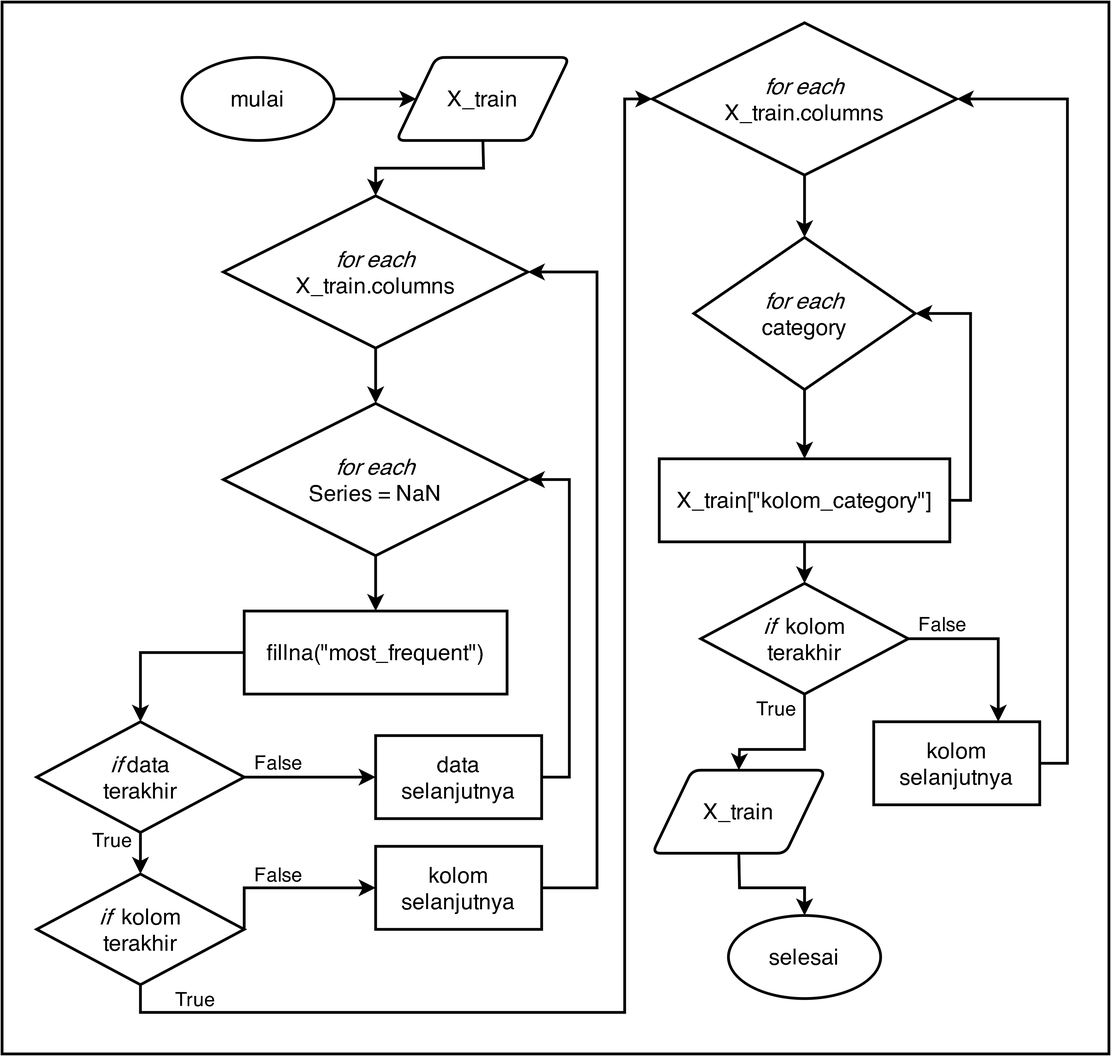
rshby/skripsi keeps this draw.io diagram as Images/flowchart_prep_categoric.png. Above is the earlier version. Source tidied: cells renumbered, new cells last; positions are measured from the earlier drawing's top-left corner, leaving out a move shared by most shapes.
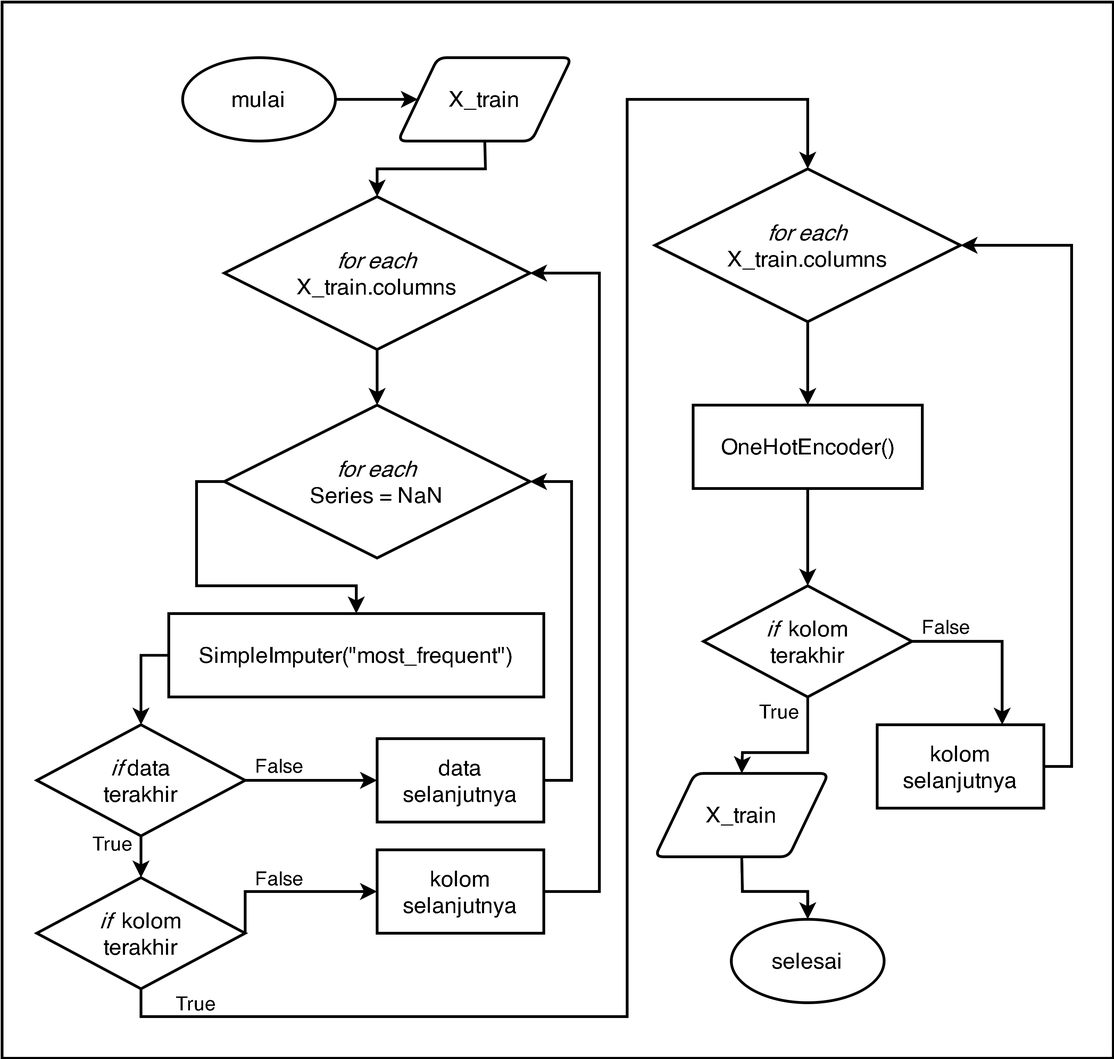
After the change.

Commit message:
Update Gambar FLowchart

The edit, as a diff of the source:
```diff
@@ -4,24 +4,24 @@
     <mxCell id="1" parent="0" />
-    <mxCell id="2" style="group;" parent="1" vertex="1">
-      <mxGeometry width="800" height="760" as="geometry" />
-    </mxCell>
+    <mxCell id="45" style="group;" parent="1" vertex="1">
+      <mxGeometry x="-30" width="800" height="760" as="geometry" />
+    </mxCell>
-    <mxCell id="3" style="rounded=0;whiteSpace=wrap;html=1;strokeWidth=2;" parent="2" vertex="1">
+    <mxCell id="3" style="rounded=0;whiteSpace=wrap;html=1;strokeWidth=2;" parent="45" vertex="1">
       <mxGeometry width="800" height="760" as="geometry" />
     </mxCell>
-    <mxCell id="4" value="&lt;font style=&quot;font-size: 16px&quot;&gt;mulai&lt;/font&gt;" style="ellipse;whiteSpace=wrap;html=1;strokeWidth=2;" parent="2" vertex="1">
+    <mxCell id="4" value="&lt;font style=&quot;font-size: 16px&quot;&gt;mulai&lt;/font&gt;" style="ellipse;whiteSpace=wrap;html=1;strokeWidth=2;" parent="45" vertex="1">
       <mxGeometry x="130" y="40" width="110" height="60" as="geometry" />
     </mxCell>
-    <mxCell id="5" value="&lt;font style=&quot;font-size: 16px&quot;&gt;selesai&lt;/font&gt;" style="ellipse;whiteSpace=wrap;html=1;strokeWidth=2;" parent="2" vertex="1">
+    <mxCell id="5" value="&lt;font style=&quot;font-size: 16px&quot;&gt;selesai&lt;/font&gt;" style="ellipse;whiteSpace=wrap;html=1;strokeWidth=2;" parent="45" vertex="1">
       <mxGeometry x="525" y="660" width="110" height="60" as="geometry" />
     </mxCell>
-    <mxCell id="6" value="&lt;font style=&quot;font-size: 16px&quot;&gt;X_train&lt;/font&gt;" style="shape=parallelogram;html=1;strokeWidth=2;perimeter=parallelogramPerimeter;whiteSpace=wrap;rounded=1;arcSize=12;size=0.23;" parent="2" vertex="1">
+    <mxCell id="6" value="&lt;font style=&quot;font-size: 16px&quot;&gt;X_train&lt;/font&gt;" style="shape=parallelogram;html=1;strokeWidth=2;perimeter=parallelogramPerimeter;whiteSpace=wrap;rounded=1;arcSize=12;size=0.23;" parent="45" vertex="1">
       <mxGeometry x="285" y="40" width="125" height="60" as="geometry" />
     </mxCell>
-    <mxCell id="7" value="&lt;font style=&quot;font-size: 16px&quot;&gt;&lt;i&gt;for each&lt;/i&gt;&lt;br&gt;X_train.columns&lt;/font&gt;" style="rhombus;whiteSpace=wrap;html=1;strokeWidth=2;" parent="2" vertex="1">
+    <mxCell id="7" value="&lt;font style=&quot;font-size: 16px&quot;&gt;&lt;i&gt;for each&lt;/i&gt;&lt;br&gt;X_train.columns&lt;/font&gt;" style="rhombus;whiteSpace=wrap;html=1;strokeWidth=2;" parent="45" vertex="1">
       <mxGeometry x="160" y="140" width="220" height="110" as="geometry" />
     </mxCell>
-    <mxCell id="8" style="endArrow=classic;html=1;exitX=1;exitY=0.5;exitDx=0;exitDy=0;strokeWidth=2;entryX=0;entryY=0.5;entryDx=0;entryDy=0;" parent="2" edge="1" source="4" target="6">
+    <mxCell id="8" style="endArrow=classic;html=1;exitX=1;exitY=0.5;exitDx=0;exitDy=0;strokeWidth=2;entryX=0;entryY=0.5;entryDx=0;entryDy=0;" parent="45" edge="1" source="4" target="6">
       <mxGeometry as="geometry" />
     </mxCell>
-    <mxCell id="9" style="endArrow=classic;html=1;strokeWidth=2;exitX=0.5;exitY=1;exitDx=0;exitDy=0;entryX=0.5;entryY=0;entryDx=0;entryDy=0;rounded=0;" parent="2" edge="1" source="6" target="7">
+    <mxCell id="9" style="endArrow=classic;html=1;strokeWidth=2;exitX=0.5;exitY=1;exitDx=0;exitDy=0;entryX=0.5;entryY=0;entryDx=0;entryDy=0;rounded=0;" parent="45" edge="1" source="6" target="7">
       <mxGeometry as="geometry">
@@ -33,27 +33,33 @@
     </mxCell>
-    <mxCell id="10" value="&lt;font style=&quot;font-size: 16px&quot;&gt;&lt;i&gt;for each&lt;/i&gt;&lt;br&gt;Series = NaN&lt;/font&gt;" style="rhombus;whiteSpace=wrap;html=1;strokeWidth=2;" parent="2" vertex="1">
+    <mxCell id="10" value="&lt;font style=&quot;font-size: 16px&quot;&gt;&lt;i&gt;for each&lt;/i&gt;&lt;br&gt;Series = NaN&lt;/font&gt;" style="rhombus;whiteSpace=wrap;html=1;strokeWidth=2;" parent="45" vertex="1">
       <mxGeometry x="160" y="290" width="220" height="110" as="geometry" />
     </mxCell>
-    <mxCell id="11" style="endArrow=classic;html=1;strokeWidth=2;exitX=0.5;exitY=1;exitDx=0;exitDy=0;entryX=0.5;entryY=0;entryDx=0;entryDy=0;" parent="2" edge="1" source="7" target="10">
+    <mxCell id="11" style="endArrow=classic;html=1;strokeWidth=2;exitX=0.5;exitY=1;exitDx=0;exitDy=0;entryX=0.5;entryY=0;entryDx=0;entryDy=0;" parent="45" edge="1" source="7" target="10">
       <mxGeometry as="geometry" />
     </mxCell>
-    <mxCell id="12" value="&lt;font style=&quot;font-size: 16px&quot;&gt;fillna(&quot;most_frequent&quot;)&lt;/font&gt;" style="rounded=0;whiteSpace=wrap;html=1;strokeWidth=2;" parent="2" vertex="1">
-      <mxGeometry x="175" y="440" width="190" height="60" as="geometry" />
+    <mxCell id="12" value="&lt;font style=&quot;font-size: 16px&quot;&gt;SimpleImputer(&quot;most_frequent&quot;)&lt;/font&gt;" style="rounded=0;whiteSpace=wrap;html=1;strokeWidth=2;" parent="45" vertex="1">
+      <mxGeometry x="120" y="440" width="270" height="60" as="geometry" />
     </mxCell>
-    <mxCell id="13" style="endArrow=classic;html=1;strokeWidth=2;exitX=0.5;exitY=1;exitDx=0;exitDy=0;entryX=0.5;entryY=0;entryDx=0;entryDy=0;" parent="2" edge="1" source="10" target="12">
-      <mxGeometry as="geometry" />
+    <mxCell id="13" style="endArrow=classic;html=1;strokeWidth=2;exitX=0;exitY=0.5;exitDx=0;exitDy=0;entryX=0.5;entryY=0;entryDx=0;entryDy=0;rounded=0;" parent="45" edge="1" source="10" target="12">
+      <mxGeometry as="geometry">
+        <Array as="points">
+          <mxPoint x="140" y="345" />
+          <mxPoint x="140" y="420" />
+          <mxPoint x="255" y="420" />
+        </Array>
+      </mxGeometry>
     </mxCell>
-    <mxCell id="14" value="&lt;font style=&quot;font-size: 16px&quot;&gt;&lt;i&gt;if&lt;/i&gt;&amp;nbsp;data&lt;br&gt;terakhir&lt;/font&gt;" style="rhombus;whiteSpace=wrap;html=1;strokeWidth=2;" parent="2" vertex="1">
+    <mxCell id="14" value="&lt;font style=&quot;font-size: 16px&quot;&gt;&lt;i&gt;if&lt;/i&gt;&amp;nbsp;data&lt;br&gt;terakhir&lt;/font&gt;" style="rhombus;whiteSpace=wrap;html=1;strokeWidth=2;" parent="45" vertex="1">
       <mxGeometry x="25" y="520" width="150" height="80" as="geometry" />
     </mxCell>
-    <mxCell id="15" value="&lt;font style=&quot;font-size: 16px&quot;&gt;data&lt;br&gt;selanjutnya&lt;/font&gt;" style="rounded=0;whiteSpace=wrap;html=1;strokeWidth=2;" parent="2" vertex="1">
+    <mxCell id="15" value="&lt;font style=&quot;font-size: 16px&quot;&gt;data&lt;br&gt;selanjutnya&lt;/font&gt;" style="rounded=0;whiteSpace=wrap;html=1;strokeWidth=2;" parent="45" vertex="1">
       <mxGeometry x="270" y="530" width="120" height="60" as="geometry" />
     </mxCell>
-    <mxCell id="16" value="&lt;font style=&quot;font-size: 16px&quot;&gt;&lt;i&gt;if&lt;/i&gt;&amp;nbsp; kolom&lt;br&gt;terakhir&lt;/font&gt;" style="rhombus;whiteSpace=wrap;html=1;strokeWidth=2;" parent="2" vertex="1">
+    <mxCell id="16" value="&lt;font style=&quot;font-size: 16px&quot;&gt;&lt;i&gt;if&lt;/i&gt;&amp;nbsp; kolom&lt;br&gt;terakhir&lt;/font&gt;" style="rhombus;whiteSpace=wrap;html=1;strokeWidth=2;" parent="45" vertex="1">
       <mxGeometry x="25" y="630" width="150" height="80" as="geometry" />
     </mxCell>
-    <mxCell id="17" value="&lt;font style=&quot;font-size: 16px&quot;&gt;kolom&lt;br&gt;selanjutnya&lt;/font&gt;" style="rounded=0;whiteSpace=wrap;html=1;strokeWidth=2;" parent="2" vertex="1">
+    <mxCell id="17" value="&lt;font style=&quot;font-size: 16px&quot;&gt;kolom&lt;br&gt;selanjutnya&lt;/font&gt;" style="rounded=0;whiteSpace=wrap;html=1;strokeWidth=2;" parent="45" vertex="1">
       <mxGeometry x="270" y="610" width="120" height="60" as="geometry" />
     </mxCell>
-    <mxCell id="18" style="endArrow=classic;html=1;strokeWidth=2;exitX=0;exitY=0.5;exitDx=0;exitDy=0;entryX=0.5;entryY=0;entryDx=0;entryDy=0;rounded=0;" parent="2" edge="1" source="12" target="14">
+    <mxCell id="18" style="endArrow=classic;html=1;strokeWidth=2;exitX=0;exitY=0.5;exitDx=0;exitDy=0;entryX=0.5;entryY=0;entryDx=0;entryDy=0;rounded=0;" parent="45" edge="1" source="12" target="14">
       <mxGeometry as="geometry">
@@ -64,3 +70,3 @@
     </mxCell>
-    <mxCell id="19" style="endArrow=classic;html=1;strokeWidth=2;exitX=1;exitY=0.5;exitDx=0;exitDy=0;entryX=1;entryY=0.5;entryDx=0;entryDy=0;rounded=0;" parent="2" edge="1" source="15" target="10">
+    <mxCell id="19" style="endArrow=classic;html=1;strokeWidth=2;exitX=1;exitY=0.5;exitDx=0;exitDy=0;entryX=1;entryY=0.5;entryDx=0;entryDy=0;rounded=0;" parent="45" edge="1" source="15" target="10">
       <mxGeometry as="geometry">
@@ -72,3 +78,3 @@
     </mxCell>
-    <mxCell id="20" style="endArrow=classic;html=1;strokeWidth=2;exitX=1;exitY=0.5;exitDx=0;exitDy=0;entryX=1;entryY=0.5;entryDx=0;entryDy=0;rounded=0;" parent="2" edge="1" source="17" target="7">
+    <mxCell id="20" style="endArrow=classic;html=1;strokeWidth=2;exitX=1;exitY=0.5;exitDx=0;exitDy=0;entryX=1;entryY=0.5;entryDx=0;entryDy=0;rounded=0;" parent="45" edge="1" source="17" target="7">
       <mxGeometry as="geometry">
@@ -80,6 +86,6 @@
     </mxCell>
-    <mxCell id="21" style="endArrow=classic;html=1;strokeWidth=2;exitX=1;exitY=0.5;exitDx=0;exitDy=0;entryX=0;entryY=0.5;entryDx=0;entryDy=0;" parent="2" edge="1" source="14" target="15">
+    <mxCell id="21" style="endArrow=classic;html=1;strokeWidth=2;exitX=1;exitY=0.5;exitDx=0;exitDy=0;entryX=0;entryY=0.5;entryDx=0;entryDy=0;" parent="45" edge="1" source="14" target="15">
       <mxGeometry as="geometry" />
     </mxCell>
-    <mxCell id="22" style="endArrow=classic;html=1;strokeWidth=2;exitX=0.5;exitY=1;exitDx=0;exitDy=0;" parent="2" edge="1" source="14">
+    <mxCell id="22" style="endArrow=classic;html=1;strokeWidth=2;exitX=0.5;exitY=1;exitDx=0;exitDy=0;" parent="45" edge="1" source="14">
       <mxGeometry as="geometry">
@@ -88,3 +94,3 @@
     </mxCell>
-    <mxCell id="23" style="endArrow=classic;html=1;strokeWidth=2;exitX=1;exitY=0.5;exitDx=0;exitDy=0;entryX=0;entryY=0.5;entryDx=0;entryDy=0;rounded=0;" parent="2" edge="1" source="16" target="17">
+    <mxCell id="23" style="endArrow=classic;html=1;strokeWidth=2;exitX=1;exitY=0.5;exitDx=0;exitDy=0;entryX=0;entryY=0.5;entryDx=0;entryDy=0;rounded=0;" parent="45" edge="1" source="16" target="17">
       <mxGeometry as="geometry">
@@ -95,6 +101,6 @@
     </mxCell>
-    <mxCell id="24" value="&lt;font style=&quot;font-size: 16px&quot;&gt;&lt;i&gt;for each&lt;/i&gt;&lt;br&gt;X_train.columns&lt;/font&gt;" style="rhombus;whiteSpace=wrap;html=1;strokeWidth=2;" parent="2" vertex="1">
-      <mxGeometry x="470" y="15" width="220" height="110" as="geometry" />
+    <mxCell id="24" value="&lt;font style=&quot;font-size: 16px&quot;&gt;&lt;i&gt;for each&lt;/i&gt;&lt;br&gt;X_train.columns&lt;/font&gt;" style="rhombus;whiteSpace=wrap;html=1;strokeWidth=2;" parent="45" vertex="1">
+      <mxGeometry x="470" y="120" width="220" height="110" as="geometry" />
     </mxCell>
-    <mxCell id="25" style="endArrow=classic;html=1;strokeWidth=2;exitX=0.5;exitY=1;exitDx=0;exitDy=0;entryX=0;entryY=0.5;entryDx=0;entryDy=0;rounded=0;" parent="2" edge="1" source="16" target="24">
+    <mxCell id="25" style="endArrow=classic;html=1;strokeWidth=2;exitX=0.5;exitY=1;exitDx=0;exitDy=0;entryX=0.5;entryY=0;entryDx=0;entryDy=0;rounded=0;" parent="45" edge="1" source="16" target="24">
       <mxGeometry as="geometry">
@@ -104,2 +110,3 @@
           <mxPoint x="450" y="70" />
+          <mxPoint x="580" y="70" />
         </Array>
@@ -107,32 +114,18 @@
     </mxCell>
-    <mxCell id="26" value="&lt;font style=&quot;font-size: 16px&quot;&gt;&lt;i&gt;for each&lt;/i&gt;&lt;br&gt;category&lt;/font&gt;" style="rhombus;whiteSpace=wrap;html=1;strokeWidth=2;" parent="2" vertex="1">
-      <mxGeometry x="500" y="170" width="160" height="110" as="geometry" />
-    </mxCell>
-    <mxCell id="27" value="&lt;font style=&quot;font-size: 16px&quot;&gt;&lt;i&gt;if&lt;/i&gt;&amp;nbsp; kolom&lt;br&gt;terakhir&lt;/font&gt;" style="rhombus;whiteSpace=wrap;html=1;strokeWidth=2;" parent="2" vertex="1">
+    <mxCell id="27" value="&lt;font style=&quot;font-size: 16px&quot;&gt;&lt;i&gt;if&lt;/i&gt;&amp;nbsp; kolom&lt;br&gt;terakhir&lt;/font&gt;" style="rhombus;whiteSpace=wrap;html=1;strokeWidth=2;" parent="45" vertex="1">
       <mxGeometry x="505" y="420" width="150" height="80" as="geometry" />
     </mxCell>
-    <mxCell id="28" value="&lt;font style=&quot;font-size: 16px&quot;&gt;X_train[&quot;kolom_category&quot;]&lt;/font&gt;" style="rounded=0;whiteSpace=wrap;html=1;strokeWidth=2;" parent="2" vertex="1">
-      <mxGeometry x="475" y="330" width="210" height="60" as="geometry" />
+    <mxCell id="28" value="&lt;font style=&quot;font-size: 16px&quot;&gt;OneHotEncoder()&lt;/font&gt;" style="rounded=0;whiteSpace=wrap;html=1;strokeWidth=2;" parent="45" vertex="1">
+      <mxGeometry x="497.5" y="290" width="165" height="60" as="geometry" />
     </mxCell>
-    <mxCell id="29" value="&lt;font style=&quot;font-size: 16px&quot;&gt;kolom&lt;br&gt;selanjutnya&lt;/font&gt;" style="rounded=0;whiteSpace=wrap;html=1;strokeWidth=2;" parent="2" vertex="1">
+    <mxCell id="29" value="&lt;font style=&quot;font-size: 16px&quot;&gt;kolom&lt;br&gt;selanjutnya&lt;/font&gt;" style="rounded=0;whiteSpace=wrap;html=1;strokeWidth=2;" parent="45" vertex="1">
       <mxGeometry x="630" y="520" width="120" height="60" as="geometry" />
     </mxCell>
-    <mxCell id="30" style="endArrow=classic;html=1;strokeWidth=2;exitX=0.5;exitY=1;exitDx=0;exitDy=0;entryX=0.5;entryY=0;entryDx=0;entryDy=0;" parent="2" edge="1" source="24" target="26">
-      <mxGeometry as="geometry" />
-    </mxCell>
-    <mxCell id="31" style="endArrow=classic;html=1;strokeWidth=2;exitX=0.5;exitY=1;exitDx=0;exitDy=0;entryX=0.5;entryY=0;entryDx=0;entryDy=0;" parent="2" edge="1" source="26" target="28">
+    <mxCell id="31" style="endArrow=classic;html=1;strokeWidth=2;exitX=0.5;exitY=1;exitDx=0;exitDy=0;entryX=0.5;entryY=0;entryDx=0;entryDy=0;" parent="45" edge="1" source="24" target="28">
       <mxGeometry as="geometry" />
     </mxCell>
-    <mxCell id="32" style="endArrow=classic;html=1;strokeWidth=2;exitX=0.5;exitY=1;exitDx=0;exitDy=0;entryX=0.5;entryY=0;entryDx=0;entryDy=0;" parent="2" edge="1" source="28" target="27">
+    <mxCell id="32" style="endArrow=classic;html=1;strokeWidth=2;exitX=0.5;exitY=1;exitDx=0;exitDy=0;entryX=0.5;entryY=0;entryDx=0;entryDy=0;" parent="45" edge="1" source="28" target="27">
       <mxGeometry as="geometry" />
     </mxCell>
-    <mxCell id="33" style="endArrow=classic;html=1;strokeWidth=2;exitX=1;exitY=0.5;exitDx=0;exitDy=0;entryX=1;entryY=0.5;entryDx=0;entryDy=0;rounded=0;" parent="2" edge="1" source="28" target="26">
-      <mxGeometry as="geometry">
-        <Array as="points">
-          <mxPoint x="700" y="360" />
-          <mxPoint x="700" y="225" />
-        </Array>
-      </mxGeometry>
-    </mxCell>
-    <mxCell id="34" style="endArrow=classic;html=1;strokeWidth=2;exitX=1;exitY=0.5;exitDx=0;exitDy=0;entryX=0.75;entryY=0;entryDx=0;entryDy=0;rounded=0;" parent="2" edge="1" source="27" target="29">
+    <mxCell id="34" style="endArrow=classic;html=1;strokeWidth=2;exitX=1;exitY=0.5;exitDx=0;exitDy=0;entryX=0.75;entryY=0;entryDx=0;entryDy=0;rounded=0;" parent="45" edge="1" source="27" target="29">
       <mxGeometry as="geometry">
@@ -143,3 +136,3 @@
     </mxCell>
-    <mxCell id="35" style="endArrow=classic;html=1;strokeWidth=2;exitX=0.5;exitY=1;exitDx=0;exitDy=0;entryX=0.5;entryY=0;entryDx=0;entryDy=0;rounded=0;" parent="2" edge="1" source="27" target="43">
+    <mxCell id="35" style="endArrow=classic;html=1;strokeWidth=2;exitX=0.5;exitY=1;exitDx=0;exitDy=0;entryX=0.5;entryY=0;entryDx=0;entryDy=0;rounded=0;" parent="45" edge="1" source="27" target="43">
       <mxGeometry as="geometry">
@@ -151,3 +144,3 @@
     </mxCell>
-    <mxCell id="36" style="endArrow=classic;html=1;strokeWidth=2;exitX=1;exitY=0.5;exitDx=0;exitDy=0;entryX=1;entryY=0.5;entryDx=0;entryDy=0;rounded=0;" parent="2" edge="1" source="29" target="24">
+    <mxCell id="36" style="endArrow=classic;html=1;strokeWidth=2;exitX=1;exitY=0.5;exitDx=0;exitDy=0;entryX=1;entryY=0.5;entryDx=0;entryDy=0;rounded=0;" parent="45" edge="1" source="29" target="24">
       <mxGeometry as="geometry">
@@ -155,3 +148,3 @@
           <mxPoint x="770" y="550" />
-          <mxPoint x="770" y="70" />
+          <mxPoint x="770" y="175" />
         </Array>
@@ -159,25 +152,25 @@
     </mxCell>
-    <mxCell id="37" value="&lt;font style=&quot;font-size: 14px&quot;&gt;True&lt;/font&gt;" style="text;html=1;strokeColor=none;fillColor=none;align=center;verticalAlign=middle;whiteSpace=wrap;rounded=0;" parent="2" vertex="1">
+    <mxCell id="37" value="&lt;font style=&quot;font-size: 14px&quot;&gt;True&lt;/font&gt;" style="text;html=1;strokeColor=none;fillColor=none;align=center;verticalAlign=middle;whiteSpace=wrap;rounded=0;" parent="45" vertex="1">
       <mxGeometry x="60" y="595" width="40" height="20" as="geometry" />
     </mxCell>
-    <mxCell id="38" value="&lt;font style=&quot;font-size: 14px&quot;&gt;False&lt;/font&gt;" style="text;html=1;strokeColor=none;fillColor=none;align=center;verticalAlign=middle;whiteSpace=wrap;rounded=0;" parent="2" vertex="1">
+    <mxCell id="38" value="&lt;font style=&quot;font-size: 14px&quot;&gt;False&lt;/font&gt;" style="text;html=1;strokeColor=none;fillColor=none;align=center;verticalAlign=middle;whiteSpace=wrap;rounded=0;" parent="45" vertex="1">
       <mxGeometry x="180" y="539" width="40" height="20" as="geometry" />
     </mxCell>
-    <mxCell id="39" value="&lt;font style=&quot;font-size: 14px&quot;&gt;False&lt;/font&gt;" style="text;html=1;strokeColor=none;fillColor=none;align=center;verticalAlign=middle;whiteSpace=wrap;rounded=0;" parent="2" vertex="1">
+    <mxCell id="39" value="&lt;font style=&quot;font-size: 14px&quot;&gt;False&lt;/font&gt;" style="text;html=1;strokeColor=none;fillColor=none;align=center;verticalAlign=middle;whiteSpace=wrap;rounded=0;" parent="45" vertex="1">
       <mxGeometry x="180" y="620" width="40" height="20" as="geometry" />
     </mxCell>
-    <mxCell id="40" value="&lt;font style=&quot;font-size: 14px&quot;&gt;True&lt;/font&gt;" style="text;html=1;strokeColor=none;fillColor=none;align=center;verticalAlign=middle;whiteSpace=wrap;rounded=0;" parent="2" vertex="1">
+    <mxCell id="40" value="&lt;font style=&quot;font-size: 14px&quot;&gt;True&lt;/font&gt;" style="text;html=1;strokeColor=none;fillColor=none;align=center;verticalAlign=middle;whiteSpace=wrap;rounded=0;" parent="45" vertex="1">
       <mxGeometry x="120" y="710" width="40" height="20" as="geometry" />
     </mxCell>
-    <mxCell id="41" value="&lt;font style=&quot;font-size: 14px&quot;&gt;False&lt;/font&gt;" style="text;html=1;strokeColor=none;fillColor=none;align=center;verticalAlign=middle;whiteSpace=wrap;rounded=0;" parent="2" vertex="1">
+    <mxCell id="41" value="&lt;font style=&quot;font-size: 14px&quot;&gt;False&lt;/font&gt;" style="text;html=1;strokeColor=none;fillColor=none;align=center;verticalAlign=middle;whiteSpace=wrap;rounded=0;" parent="45" vertex="1">
       <mxGeometry x="660" y="439" width="40" height="20" as="geometry" />
     </mxCell>
-    <mxCell id="42" value="&lt;font style=&quot;font-size: 14px&quot;&gt;True&lt;/font&gt;" style="text;html=1;strokeColor=none;fillColor=none;align=center;verticalAlign=middle;whiteSpace=wrap;rounded=0;" parent="2" vertex="1">
+    <mxCell id="42" value="&lt;font style=&quot;font-size: 14px&quot;&gt;True&lt;/font&gt;" style="text;html=1;strokeColor=none;fillColor=none;align=center;verticalAlign=middle;whiteSpace=wrap;rounded=0;" parent="45" vertex="1">
       <mxGeometry x="540" y="500" width="40" height="20" as="geometry" />
     </mxCell>
-    <mxCell id="43" value="&lt;font style=&quot;font-size: 16px&quot;&gt;X_train&lt;/font&gt;" style="shape=parallelogram;html=1;strokeWidth=2;perimeter=parallelogramPerimeter;whiteSpace=wrap;rounded=1;arcSize=12;size=0.23;" parent="2" vertex="1">
+    <mxCell id="43" value="&lt;font style=&quot;font-size: 16px&quot;&gt;X_train&lt;/font&gt;" style="shape=parallelogram;html=1;strokeWidth=2;perimeter=parallelogramPerimeter;whiteSpace=wrap;rounded=1;arcSize=12;size=0.23;" parent="45" vertex="1">
       <mxGeometry x="470" y="555" width="125" height="60" as="geometry" />
     </mxCell>
-    <mxCell id="44" style="endArrow=classic;html=1;strokeWidth=2;exitX=0.5;exitY=1;exitDx=0;exitDy=0;entryX=0.5;entryY=0;entryDx=0;entryDy=0;rounded=0;" parent="2" edge="1" source="43" target="5">
-      <mxGeometry relative="1" as="geometry">
+    <mxCell id="44" style="endArrow=classic;html=1;strokeWidth=2;exitX=0.5;exitY=1;exitDx=0;exitDy=0;entryX=0.5;entryY=0;entryDx=0;entryDy=0;rounded=0;" parent="45" edge="1" source="43" target="5">
+      <mxGeometry as="geometry">
         <Array as="points">
```
